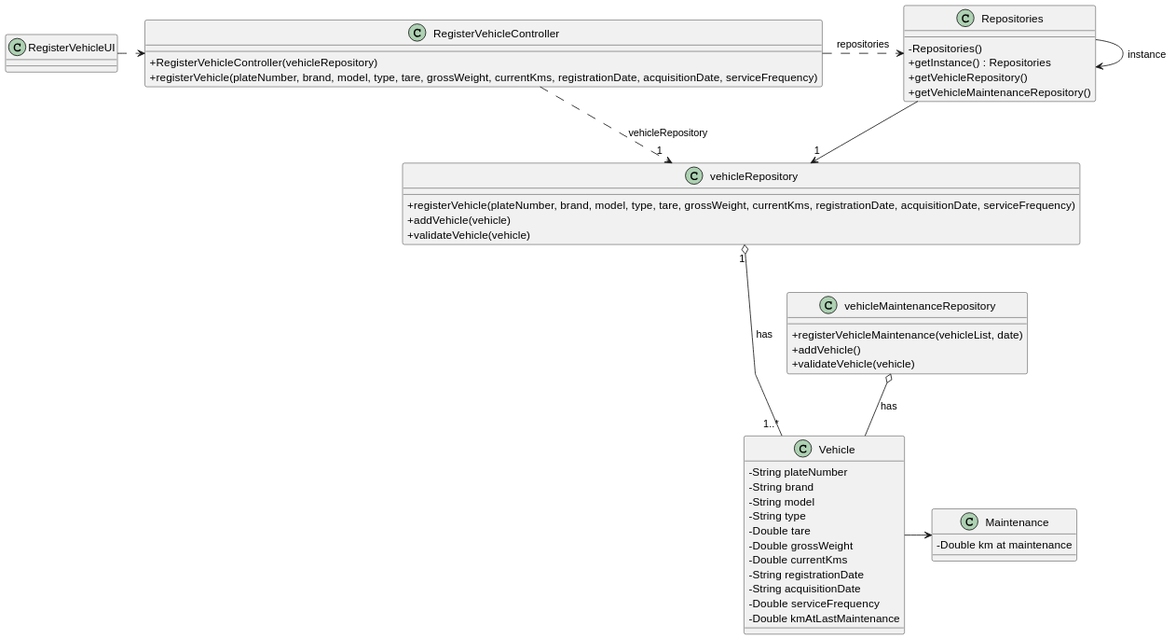
Above: docs/sprintB/us007/03.design/svg/us007-class-diagram.svg in diogoveirospro/lei-24-s2-1dg-g072 (PlantUML), before the change.
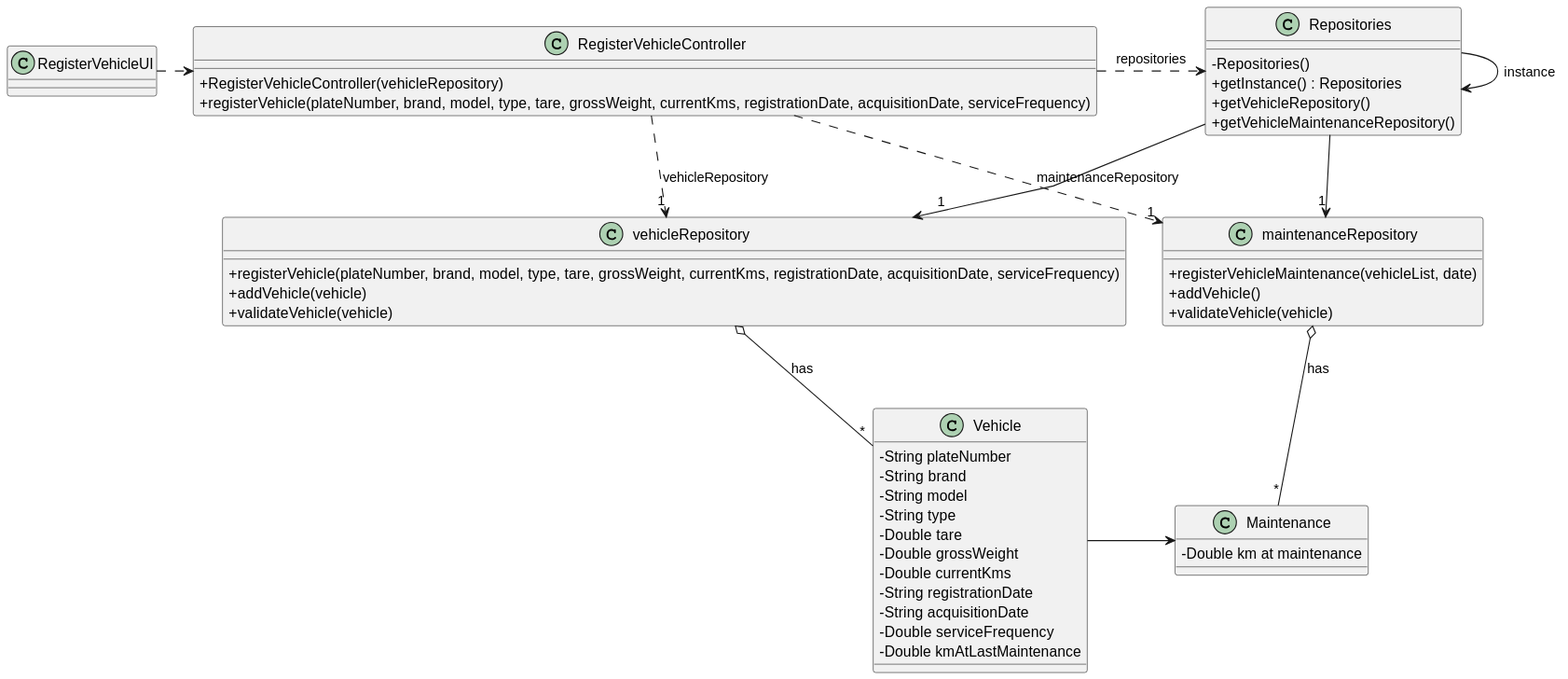
After the commit.

Commit message:
Finished US07 implementation of the MaintenanceRepository and fixed some problems in US07 design

The edit, as a diff of the source:
```diff
@@ -18,7 +18,7 @@
     + registerVehicle(plateNumber, brand, model, type, tare, grossWeight, currentKms, registrationDate, acquisitionDate, serviceFrequency)
 }
 
-class vehicleMaintenanceRepository{
+class maintenanceRepository{
     + registerVehicleMaintenance(vehicleList, date)
     + addVehicle()
     + validateVehicle(vehicle)
@@ -61,9 +61,13 @@
 
 RegisterVehicleController .> Repositories : repositories
 
-vehicleRepository "1" o--- "1..*"Vehicle : has
+vehicleRepository  o-- "*" Vehicle : has
 
-vehicleMaintenanceRepository o-- Vehicle : has
+maintenanceRepository o- "*" Maintenance : has
 
 Vehicle -> Maintenance
+
+Repositories --> "1" maintenanceRepository
+
+RegisterVehicleController ..> "1" maintenanceRepository: maintenanceRepository
 @enduml
```
